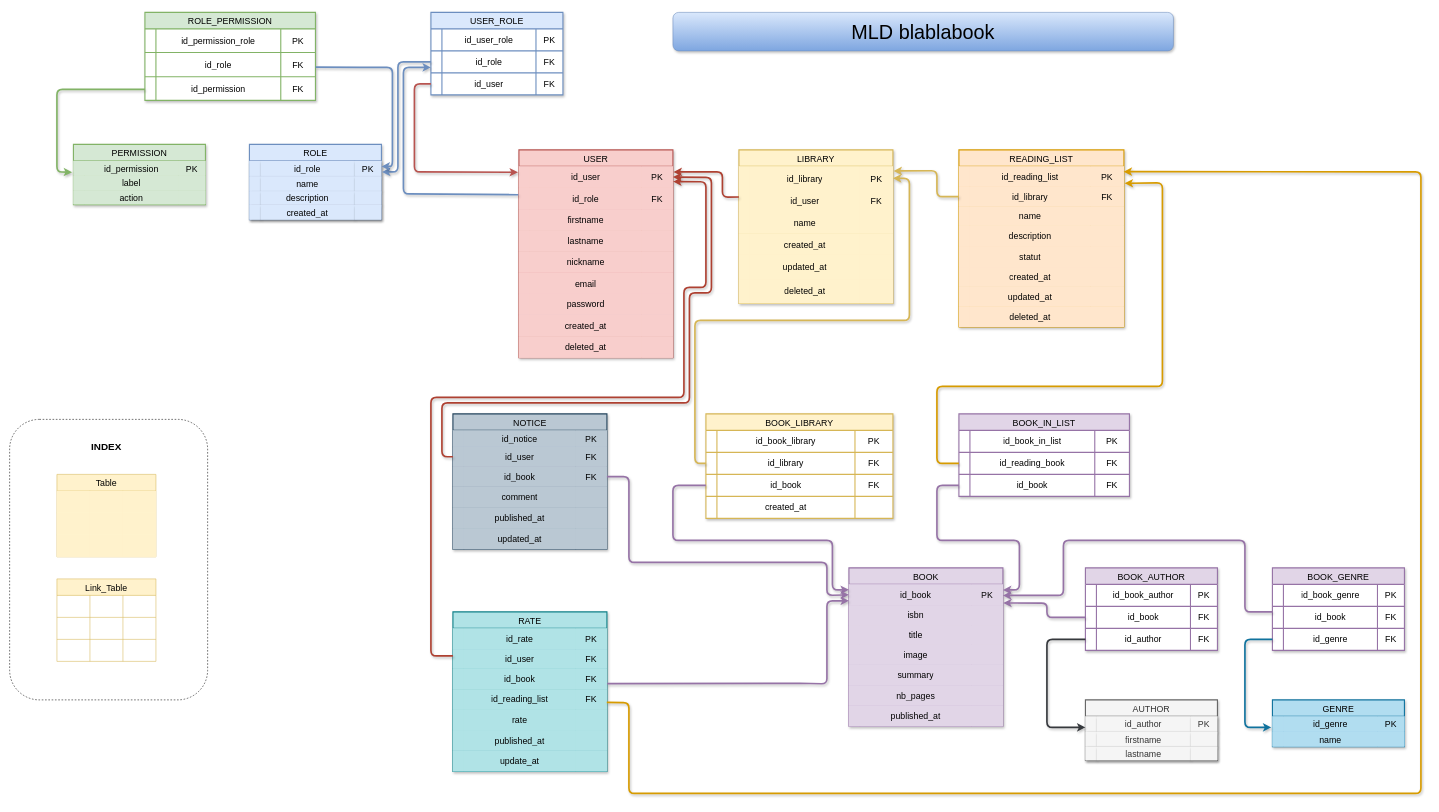
Earlier version of the draw.io diagram Docs/Merise/MLD/blablabook-mld.drawio (ElodieOrozcoTaveira/BlablaBookPerso). Source tidied: cells renumbered, new cells numbered last; positions are measured from the earlier drawing's top-left corner, leaving out a move shared by most shapes. Both pictures are drawn from the tidied source at 55%, with x=0, y=0 at pixel (9, 12).
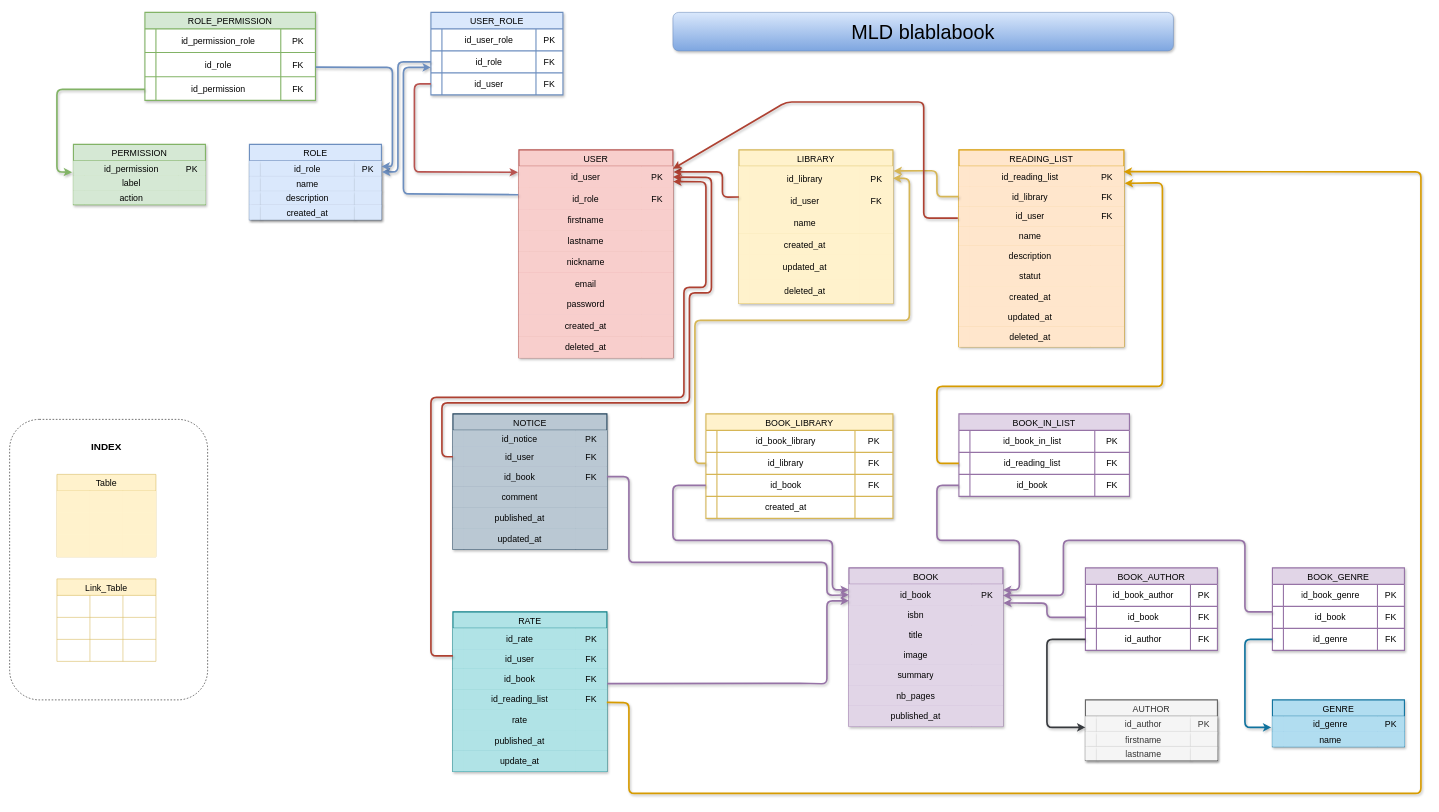
After the change.

The change refers to these unchanged cells:
```xml
<mxCell id="4" style="shape=tableRow;horizontal=0;startSize=0;swimlaneHead=0;swimlaneBody=0;strokeColor=#b85450;top=0;left=0;bottom=0;right=0;fillColor=#f8cecc;points=[[0,0.5],[1,0.5]];portConstraint=eastwest;fontSize=16;" parent="3" vertex="1">
  <mxGeometry y="30" width="280" height="39" as="geometry" />
</mxCell>
<mxCell id="244" style="shape=tableRow;horizontal=0;startSize=0;swimlaneHead=0;swimlaneBody=0;strokeColor=inherit;top=0;left=0;bottom=0;right=0;fillColor=none;fontSize=16;" parent="239" vertex="1">
  <mxGeometry y="70" width="310" height="40" as="geometry" />
</mxCell>
```

What changed in the source:
```diff
@@
     <mxCell id="138" value="READING_LIST" style="shape=table;startSize=30;childLayout=tableLayout;strokeColor=#d79b00;fontSize=16;fillColor=#ffe6cc;strokeWidth=2;perimeterSpacing=1;shadow=1;swimlaneFillColor=default;" parent="1" vertex="1">
-      <mxGeometry x="1726" y="250" width="300" height="322" as="geometry" />
+      <mxGeometry x="1726" y="250" width="300" height="358" as="geometry" />
     </mxCell>
@@
+    <mxCell id="363" style="shape=tableRow;horizontal=0;startSize=0;swimlaneHead=0;swimlaneBody=0;strokeColor=#d79b00;top=0;left=0;bottom=0;right=0;fillColor=#ffe6cc;fontSize=16;" parent="138" vertex="1">
+      <mxGeometry y="103" width="300" height="36" as="geometry" />
+    </mxCell>
+    <mxCell id="364" style="shape=partialRectangle;html=1;whiteSpace=wrap;strokeColor=#d79b00;overflow=hidden;fillColor=#ffe6cc;top=0;left=0;bottom=0;right=0;fontSize=16;" parent="363" vertex="1">
+      <mxGeometry width="20" height="36" as="geometry" />
+    </mxCell>
+    <mxCell id="365" value="id_user" style="shape=partialRectangle;html=1;whiteSpace=wrap;strokeColor=#d79b00;overflow=hidden;fillColor=#ffe6cc;top=0;left=0;bottom=0;right=0;fontSize=16;" parent="363" vertex="1">
+      <mxGeometry x="20" width="219" height="36" as="geometry" />
+    </mxCell>
+    <mxCell id="366" value="FK" style="shape=partialRectangle;html=1;whiteSpace=wrap;strokeColor=#d79b00;overflow=hidden;fillColor=#ffe6cc;top=0;left=0;bottom=0;right=0;fontSize=16;" parent="363" vertex="1">
+      <mxGeometry x="239" width="61" height="36" as="geometry" />
+    </mxCell>
     <mxCell id="147" style="shape=tableRow;horizontal=0;startSize=0;swimlaneHead=0;swimlaneBody=0;strokeColor=#d79b00;top=0;left=0;bottom=0;right=0;fillColor=#ffe6cc;fontSize=16;" parent="138" vertex="1">
-      <mxGeometry y="103" width="300" height="35" as="geometry" />
+      <mxGeometry y="139" width="300" height="35" as="geometry" />
     </mxCell>
@@
     <mxCell id="151" style="shape=tableRow;horizontal=0;startSize=0;swimlaneHead=0;swimlaneBody=0;strokeColor=#d79b00;top=0;left=0;bottom=0;right=0;fillColor=#ffe6cc;fontSize=16;" parent="138" vertex="1">
-      <mxGeometry y="138" width="300" height="37" as="geometry" />
+      <mxGeometry y="174" width="300" height="37" as="geometry" />
     </mxCell>
@@
     <mxCell id="155" style="shape=tableRow;horizontal=0;startSize=0;swimlaneHead=0;swimlaneBody=0;strokeColor=#d79b00;top=0;left=0;bottom=0;right=0;fillColor=#ffe6cc;fontSize=16;" parent="138" vertex="1">
-      <mxGeometry y="175" width="300" height="38" as="geometry" />
+      <mxGeometry y="211" width="300" height="38" as="geometry" />
     </mxCell>
@@
     <mxCell id="159" style="shape=tableRow;horizontal=0;startSize=0;swimlaneHead=0;swimlaneBody=0;strokeColor=#d79b00;top=0;left=0;bottom=0;right=0;fillColor=#ffe6cc;fontSize=16;" parent="138" vertex="1">
-      <mxGeometry y="213" width="300" height="35" as="geometry" />
+      <mxGeometry y="249" width="300" height="35" as="geometry" />
     </mxCell>
@@
     <mxCell id="163" style="shape=tableRow;horizontal=0;startSize=0;swimlaneHead=0;swimlaneBody=0;strokeColor=#d79b00;top=0;left=0;bottom=0;right=0;fillColor=#ffe6cc;fontSize=16;" parent="138" vertex="1">
-      <mxGeometry y="248" width="300" height="37" as="geometry" />
+      <mxGeometry y="284" width="300" height="37" as="geometry" />
     </mxCell>
@@
     <mxCell id="167" style="shape=tableRow;horizontal=0;startSize=0;swimlaneHead=0;swimlaneBody=0;strokeColor=#d79b00;top=0;left=0;bottom=0;right=0;fillColor=#ffe6cc;fontSize=16;" parent="138" vertex="1">
-      <mxGeometry y="285" width="300" height="37" as="geometry" />
+      <mxGeometry y="321" width="300" height="37" as="geometry" />
     </mxCell>
@@
-    <mxCell id="246" value="id_reading_book" style="shape=partialRectangle;html=1;whiteSpace=wrap;strokeColor=inherit;overflow=hidden;fillColor=none;top=0;left=0;bottom=0;right=0;fontSize=16;" parent="244" vertex="1">
+    <mxCell id="246" value="id_reading_list" style="shape=partialRectangle;html=1;whiteSpace=wrap;strokeColor=inherit;overflow=hidden;fillColor=none;top=0;left=0;bottom=0;right=0;fontSize=16;" parent="244" vertex="1">
       <mxGeometry x="20" width="227" height="40" as="geometry" />
     </mxCell>
@@
+    <mxCell id="367" style="endArrow=classic;html=1;exitX=1.004;exitY=0.832;exitDx=0;exitDy=0;exitPerimeter=0;fillColor=#FF6666;strokeColor=#AE4132;strokeWidth=3;shadow=1;entryX=1;entryY=0.116;entryDx=0;entryDy=0;entryPerimeter=0;" parent="1" edge="1" target="4">
+      <mxGeometry relative="1" as="geometry">
+        <mxPoint x="1724" y="374" as="sourcePoint" />
+        <Array as="points">
+          <mxPoint x="1662" y="374" />
+          <mxPoint x="1662" y="163" />
+          <mxPoint x="1412" y="163" />
+        </Array>
+      </mxGeometry>
+    </mxCell>
```
